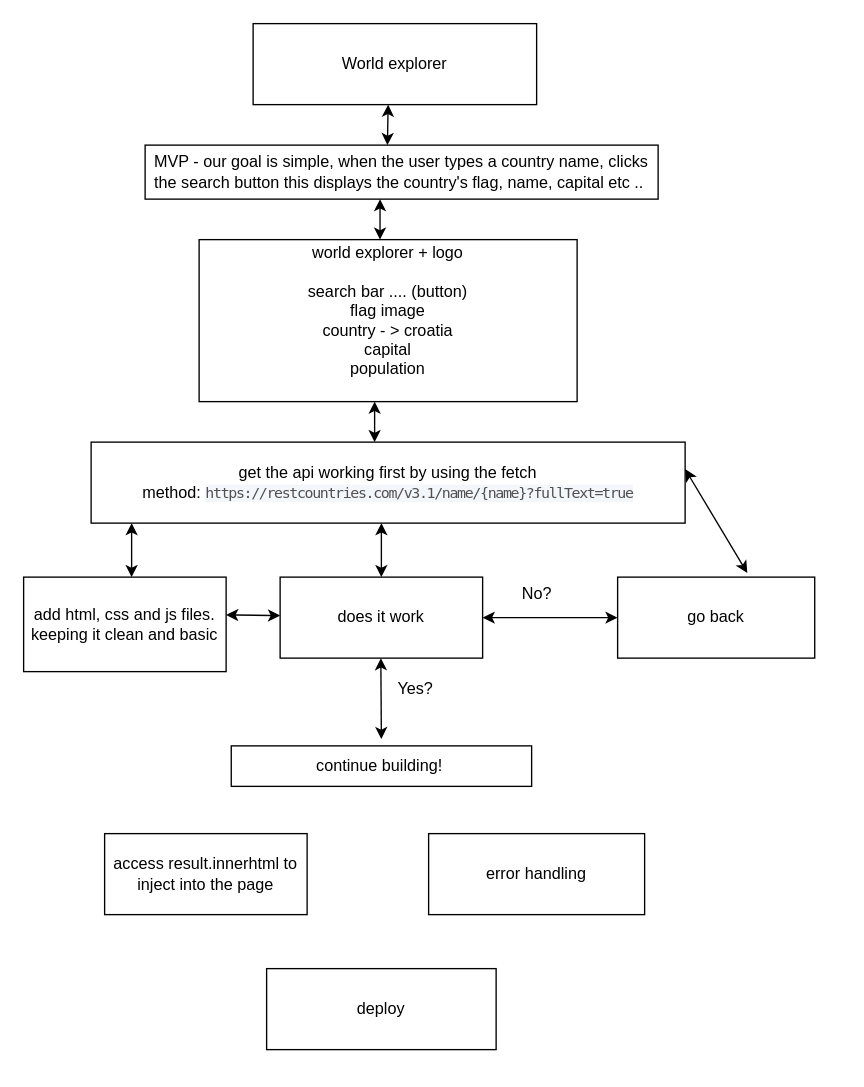
Above: prototype.drawio in lienekl/challenge-5-group-work (draw.io), before the change. Source tidied: cells renumbered, new cells numbered last; positions are measured from the earlier drawing's top-left corner, leaving out a move shared by most shapes. Both pictures are drawn from the tidied source at 135%, with x=0, y=0 at pixel (23, 23).
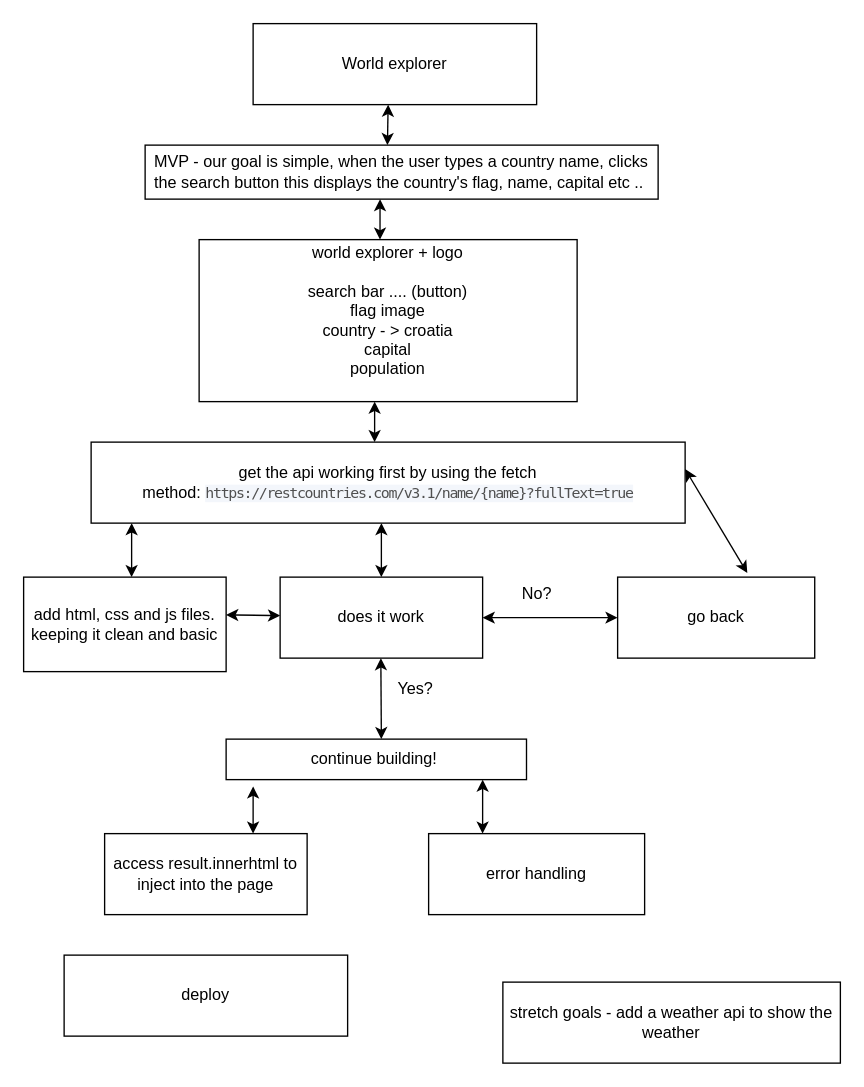
The same diagram, later.

The edit, as a diff of the source:
```diff
@@
     <mxCell id="15" value="continue building!&amp;nbsp;" style="rounded=0;whiteSpace=wrap;html=1;" parent="1" vertex="1">
-      <mxGeometry x="153.8" y="535" width="222.5" height="30" as="geometry" />
+      <mxGeometry x="150" y="530" width="222.5" height="30" as="geometry" />
     </mxCell>
@@
     <mxCell id="23" value="deploy" style="rounded=0;whiteSpace=wrap;html=1;" parent="1" vertex="1">
-      <mxGeometry x="180" y="700" width="170" height="60" as="geometry" />
+      <mxGeometry x="30" y="690" width="210" height="60" as="geometry" />
     </mxCell>
+    <mxCell id="24" style="endArrow=classic;startArrow=classic;html=1;" parent="1" edge="1">
+      <mxGeometry relative="1" as="geometry">
+        <mxPoint x="170" y="600" as="sourcePoint" />
+        <mxPoint x="170" y="565" as="targetPoint" />
+      </mxGeometry>
+    </mxCell>
+    <mxCell id="25" style="endArrow=classic;startArrow=classic;html=1;" parent="1" edge="1">
+      <mxGeometry relative="1" as="geometry">
+        <mxPoint x="340" y="600" as="sourcePoint" />
+        <mxPoint x="340" y="560" as="targetPoint" />
+      </mxGeometry>
+    </mxCell>
+    <mxCell id="26" value="stretch goals - add a weather api to show the weather" style="rounded=0;whiteSpace=wrap;html=1;" parent="1" vertex="1">
+      <mxGeometry x="355" y="710" width="250" height="60" as="geometry" />
+    </mxCell>
```
